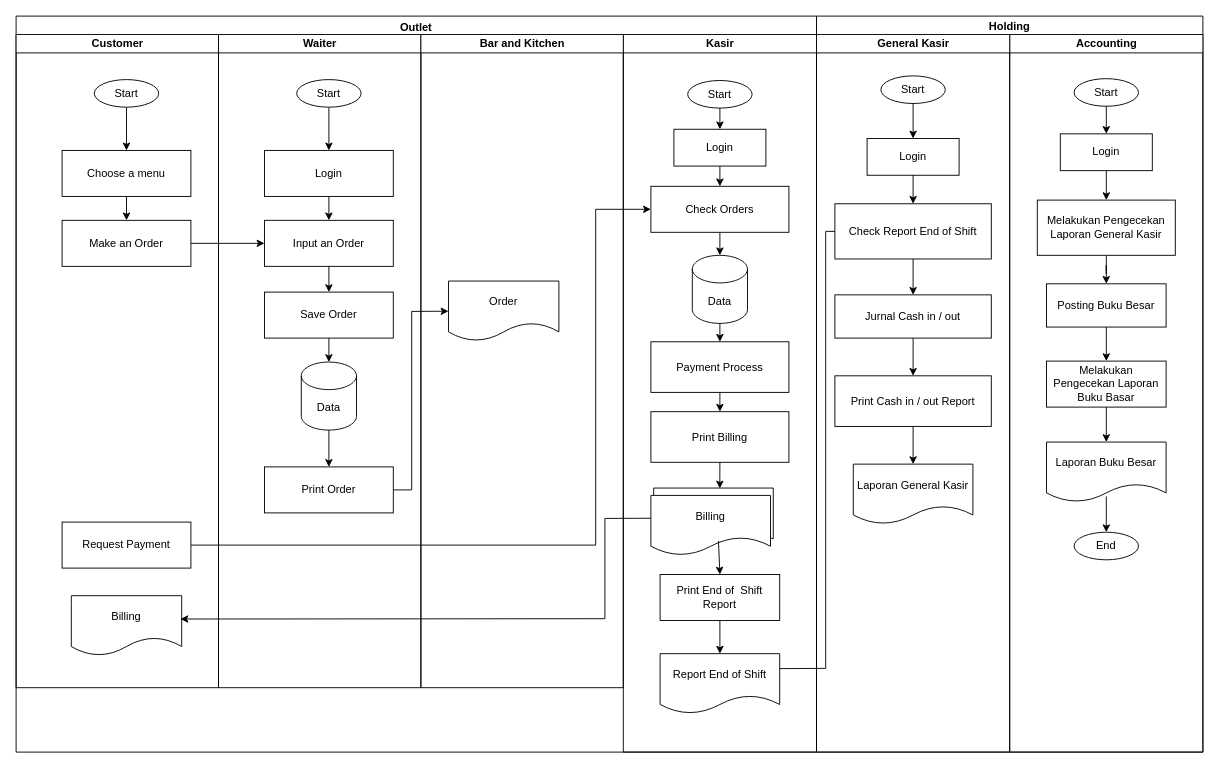
This is page "Halaman-2" (2 of 2) of Untitled Diagram.drawio from andizdn13/dokumen-project, a draw.io file, before an edit. Source tidied: cells renumbered, new cells numbered last; positions are measured from the earlier drawing's top-left corner, leaving out a move shared by most shapes. Both pictures are drawn from the tidied source at 92%, with x=0, y=0 at pixel (16, 16).
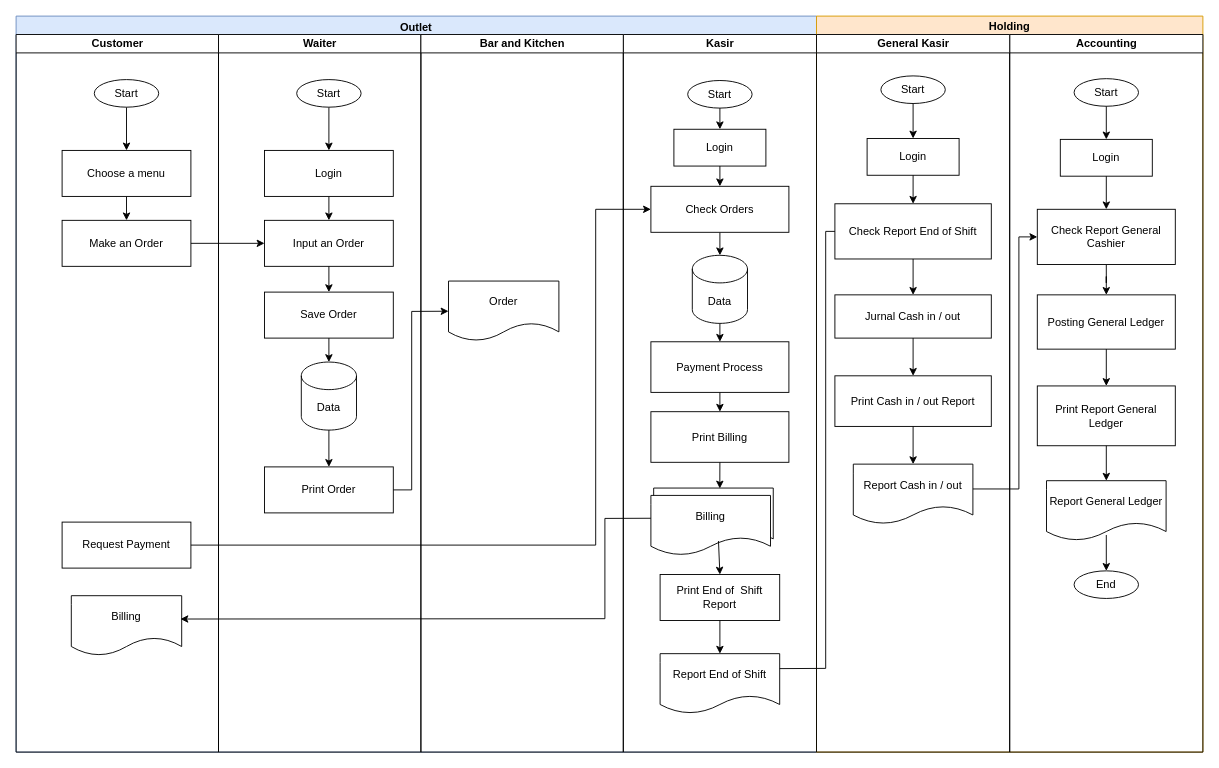
Above is the later version.

The change refers to these unchanged cells:
```xml
<mxCell id="51" value="Accounting" style="swimlane;html=1;startSize=20;" parent="50" vertex="1">
  <mxGeometry x="210" y="20" width="210" height="780" as="geometry" />
</mxCell>
<mxCell id="65" value="General Kasir" style="swimlane;html=1;startSize=20;" parent="50" vertex="1">
  <mxGeometry y="20" width="210" height="780" as="geometry" />
</mxCell>
```

Change to the diagram source:
```diff
@@
-    <mxCell id="2" value="Outlet" style="swimlane;" parent="1" vertex="1">
+    <mxCell id="2" value="Outlet" style="swimlane;fillColor=#dae8fc;strokeColor=#6c8ebf;" parent="1" vertex="1">
       <mxGeometry width="870" height="800" as="geometry" />
     </mxCell>
     <mxCell id="3" value="Customer" style="swimlane;html=1;startSize=20;" parent="2" vertex="1">
-      <mxGeometry y="20" width="220" height="710" as="geometry" />
+      <mxGeometry y="20" width="220" height="780" as="geometry" />
     </mxCell>
@@
     <mxCell id="33" value="Waiter" style="swimlane;html=1;startSize=20;" parent="2" vertex="1">
-      <mxGeometry x="220" y="20" width="220" height="710" as="geometry" />
+      <mxGeometry x="220" y="20" width="220" height="780" as="geometry" />
     </mxCell>
@@
     <mxCell id="45" value="Bar and Kitchen" style="swimlane;html=1;startSize=20;" parent="2" vertex="1">
-      <mxGeometry x="440" y="20" width="220" height="710" as="geometry" />
+      <mxGeometry x="440" y="20" width="220" height="780" as="geometry" />
     </mxCell>
@@
-    <mxCell id="50" value="Holding" style="swimlane;whiteSpace=wrap;html=1;" parent="1" vertex="1">
+    <mxCell id="50" value="Holding" style="swimlane;whiteSpace=wrap;html=1;fillColor=#ffe6cc;strokeColor=#d79b00;" parent="1" vertex="1">
       <mxGeometry x="870" width="420" height="800" as="geometry" />
     </mxCell>
@@
-    <mxCell id="54" value="Login" style="rounded=0;whiteSpace=wrap;html=1;strokeWidth=1;" parent="51" vertex="1">
-      <mxGeometry x="55" y="108" width="100" height="40" as="geometry" />
-    </mxCell>
@@
-    <mxCell id="56" value="Melakukan Pengecekan Laporan General Kasir" style="rounded=0;whiteSpace=wrap;html=1;strokeWidth=1;" parent="51" vertex="1">
-      <mxGeometry x="30" y="180" width="150" height="60" as="geometry" />
+    <mxCell id="56" value="Check Report General Cashier" style="rounded=0;whiteSpace=wrap;html=1;strokeWidth=1;" parent="51" vertex="1">
+      <mxGeometry x="30" y="190" width="150" height="60" as="geometry" />
     </mxCell>
-    <mxCell id="57" value="Posting Buku Besar" style="rounded=0;whiteSpace=wrap;html=1;strokeWidth=1;" parent="51" vertex="1">
-      <mxGeometry x="40" y="271" width="130" height="47" as="geometry" />
+    <mxCell id="57" value="Posting General Ledger" style="rounded=0;whiteSpace=wrap;html=1;strokeWidth=1;" parent="51" vertex="1">
+      <mxGeometry x="30" y="283" width="150" height="59" as="geometry" />
     </mxCell>
-    <mxCell id="58" style="endArrow=classic;html=1;rounded=0;exitX=0.5;exitY=1;exitDx=0;exitDy=0;" parent="51" edge="1" source="54" target="56">
-      <mxGeometry relative="1" as="geometry" />
-    </mxCell>
-    <mxCell id="59" value="Laporan Buku Besar" style="shape=document;whiteSpace=wrap;html=1;boundedLbl=1;" parent="51" vertex="1">
-      <mxGeometry x="40" y="443" width="130" height="65" as="geometry" />
+    <mxCell id="59" value="Report General Ledger" style="shape=document;whiteSpace=wrap;html=1;boundedLbl=1;" parent="51" vertex="1">
+      <mxGeometry x="40" y="485" width="130" height="65" as="geometry" />
     </mxCell>
-    <mxCell id="60" style="endArrow=classic;html=1;rounded=0;" parent="51" edge="1" source="57">
-      <mxGeometry relative="1" as="geometry">
-        <mxPoint x="105" y="355" as="targetPoint" />
-      </mxGeometry>
+    <mxCell id="60" style="endArrow=classic;html=1;rounded=0;entryX=0.5;entryY=0;entryDx=0;entryDy=0;" parent="51" edge="1" source="57" target="61">
+      <mxGeometry relative="1" as="geometry" />
     </mxCell>
-    <mxCell id="61" value="Melakukan Pengecekan Laporan Buku Basar" style="rounded=0;whiteSpace=wrap;html=1;strokeWidth=1;" parent="51" vertex="1">
-      <mxGeometry x="40" y="355" width="130" height="50" as="geometry" />
+    <mxCell id="61" value="Print Report General Ledger" style="rounded=0;whiteSpace=wrap;html=1;strokeWidth=1;" parent="51" vertex="1">
+      <mxGeometry x="30" y="382" width="150" height="65" as="geometry" />
     </mxCell>
@@
     <mxCell id="63" value="End" style="strokeWidth=1;html=1;shape=mxgraph.flowchart.start_1;whiteSpace=wrap;" parent="51" vertex="1">
-      <mxGeometry x="70" y="541" width="70" height="30" as="geometry" />
+      <mxGeometry x="70" y="583" width="70" height="30" as="geometry" />
     </mxCell>
@@
-    <mxCell id="71" value="Laporan General Kasir" style="shape=document;whiteSpace=wrap;html=1;boundedLbl=1;" parent="65" vertex="1">
+    <mxCell id="71" value="Report Cash in / out" style="shape=document;whiteSpace=wrap;html=1;boundedLbl=1;" parent="65" vertex="1">
       <mxGeometry x="40" y="467" width="130" height="65" as="geometry" />
     </mxCell>
@@
+    <mxCell id="77" style="endArrow=classic;html=1;rounded=0;entryX=0;entryY=0.5;entryDx=0;entryDy=0;exitX=1;exitY=0.415;exitDx=0;exitDy=0;exitPerimeter=0;" parent="50" edge="1" source="71" target="56">
+      <mxGeometry relative="1" as="geometry">
+        <Array as="points">
+          <mxPoint x="220" y="514" />
+          <mxPoint x="220" y="240" />
+        </Array>
+      </mxGeometry>
+    </mxCell>
+    <mxCell id="54" value="Login" style="rounded=0;whiteSpace=wrap;html=1;strokeWidth=1;" parent="1" vertex="1">
+      <mxGeometry x="1135" y="134" width="100" height="40" as="geometry" />
+    </mxCell>
+    <mxCell id="58" style="endArrow=classic;html=1;rounded=0;exitX=0.5;exitY=1;exitDx=0;exitDy=0;" parent="1" edge="1" source="54" target="56">
+      <mxGeometry relative="1" as="geometry" />
+    </mxCell>
```
